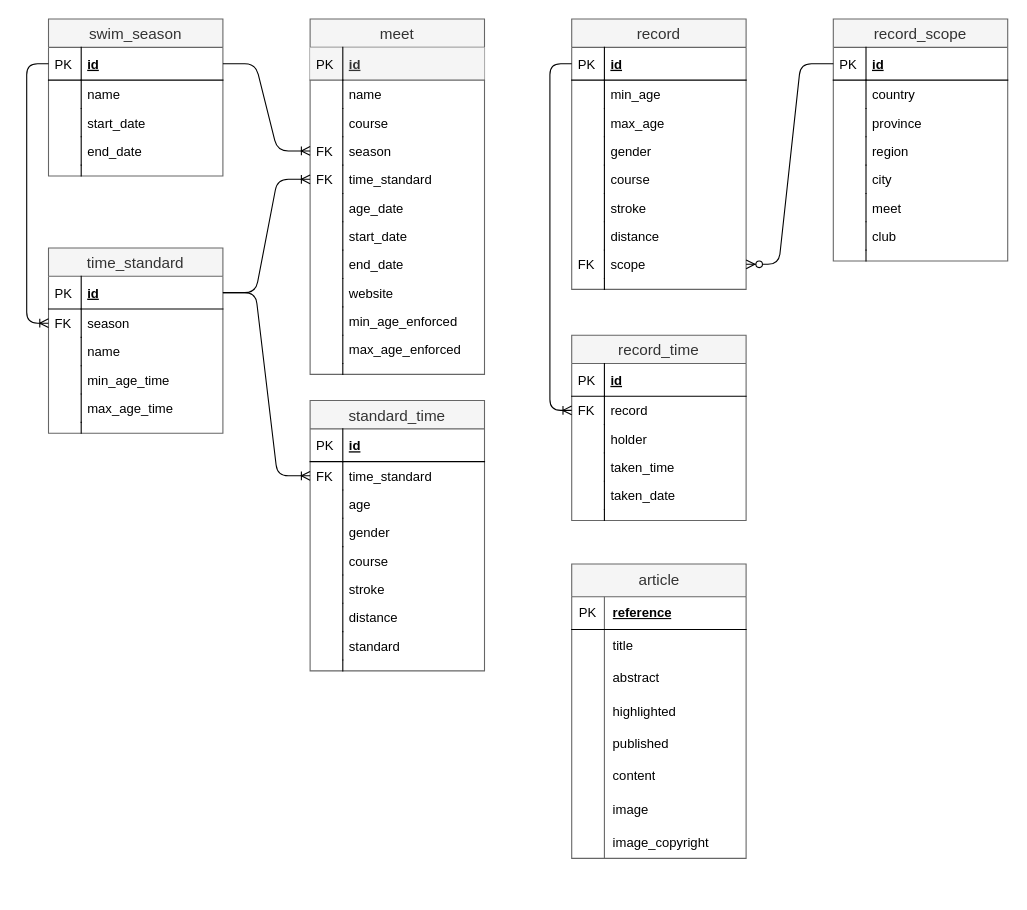
This is docs/models.drawio from geekswimmers/geekswimmers, a draw.io file, before an edit. Source tidied: cells renumbered, new cells numbered last; positions are measured from the earlier drawing's top-left corner, leaving out a move shared by most shapes. Both pictures are drawn from the tidied source at 109%, with x=0, y=0 at pixel (26, 19).
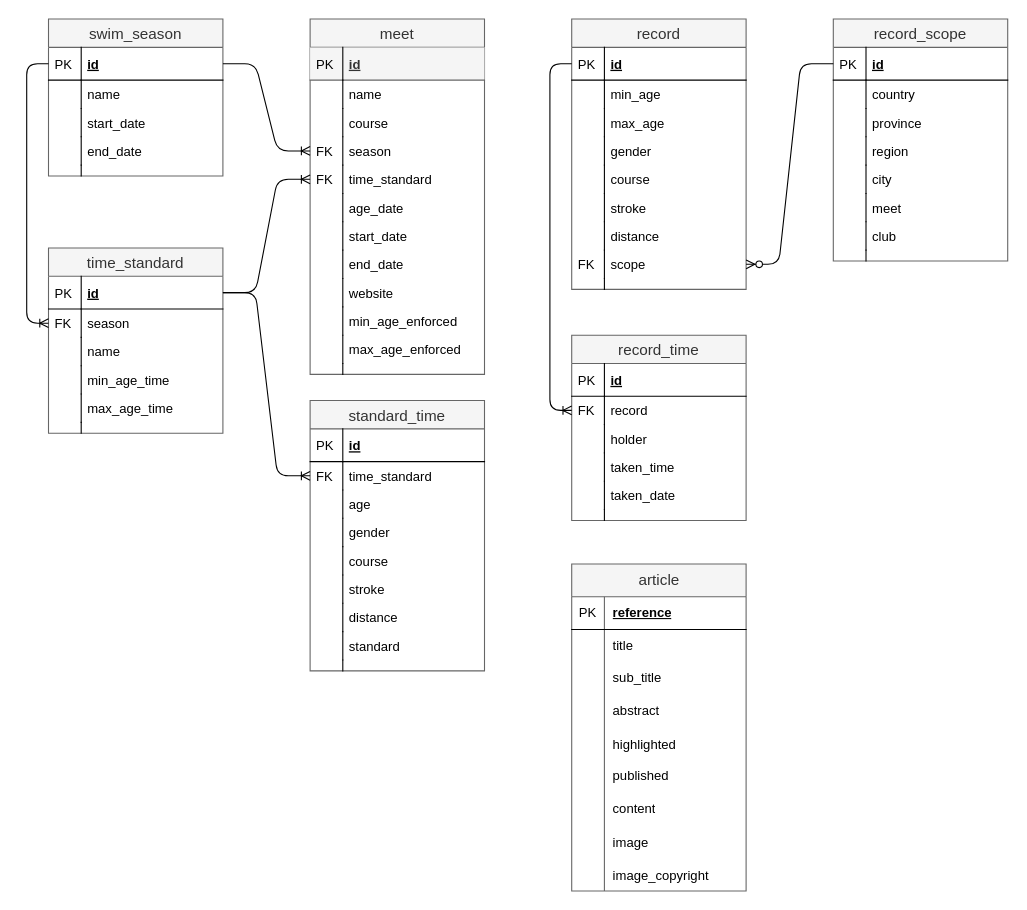
Above is the later version.

Commit message (it also covers changes not shown here):
Updated db model to add new field to article

What changed in the source:
```diff
@@
     <mxCell id="125" value="article" style="shape=table;startSize=30;childLayout=tableLayout;rowLines=0;fontStyle=0;align=center;html=1;fillColor=#f5f5f5;fontColor=#333333;strokeColor=#666666;fontSize=14;" parent="1" vertex="1">
-      <mxGeometry x="500" y="500" width="160" height="270" as="geometry" />
+      <mxGeometry x="500" y="500" width="160" height="300" as="geometry" />
     </mxCell>
@@
+    <mxCell id="150" style="shape=tableRow;horizontal=0;startSize=0;swimlaneHead=0;swimlaneBody=0;fillColor=none;top=0;left=0;right=0;bottom=0;" parent="125" vertex="1">
+      <mxGeometry y="90" width="160" height="30" as="geometry" />
+    </mxCell>
+    <mxCell id="151" style="shape=partialRectangle;fillColor=none;top=0;left=0;bottom=0;right=0;fontStyle=0;overflow=hidden;whiteSpace=wrap;html=1;" parent="150" vertex="1">
+      <mxGeometry width="30" height="30" as="geometry" />
+    </mxCell>
+    <mxCell id="152" value="sub_title" style="shape=partialRectangle;fillColor=none;top=0;left=0;bottom=0;right=0;align=left;spacingLeft=6;fontStyle=0;overflow=hidden;whiteSpace=wrap;html=1;" parent="150" vertex="1">
+      <mxGeometry x="30" width="130" height="30" as="geometry" />
+    </mxCell>
     <mxCell id="132" style="shape=tableRow;horizontal=0;startSize=0;swimlaneHead=0;swimlaneBody=0;fillColor=none;top=0;left=0;right=0;bottom=0;" parent="125" vertex="1">
-      <mxGeometry y="90" width="160" height="30" as="geometry" />
+      <mxGeometry y="120" width="160" height="30" as="geometry" />
     </mxCell>
@@
     <mxCell id="135" style="shape=tableRow;horizontal=0;startSize=0;swimlaneHead=0;swimlaneBody=0;fillColor=none;top=0;left=0;right=0;bottom=0;" parent="125" vertex="1">
-      <mxGeometry y="120" width="160" height="30" as="geometry" />
+      <mxGeometry y="150" width="160" height="30" as="geometry" />
     </mxCell>
@@
     <mxCell id="138" style="shape=tableRow;horizontal=0;startSize=0;swimlaneHead=0;swimlaneBody=0;fillColor=none;top=0;left=0;right=0;bottom=0;" parent="125" vertex="1">
-      <mxGeometry y="150" width="160" height="30" as="geometry" />
+      <mxGeometry y="180" width="160" height="30" as="geometry" />
     </mxCell>
@@
     <mxCell id="141" style="shape=tableRow;horizontal=0;startSize=0;swimlaneHead=0;swimlaneBody=0;fillColor=none;top=0;left=0;right=0;bottom=0;" parent="125" vertex="1">
-      <mxGeometry y="180" width="160" height="30" as="geometry" />
+      <mxGeometry y="210" width="160" height="30" as="geometry" />
     </mxCell>
@@
     <mxCell id="144" style="shape=tableRow;horizontal=0;startSize=0;swimlaneHead=0;swimlaneBody=0;fillColor=none;top=0;left=0;right=0;bottom=0;" parent="125" vertex="1">
-      <mxGeometry y="210" width="160" height="30" as="geometry" />
+      <mxGeometry y="240" width="160" height="30" as="geometry" />
     </mxCell>
@@
     <mxCell id="147" style="shape=tableRow;horizontal=0;startSize=0;swimlaneHead=0;swimlaneBody=0;fillColor=none;top=0;left=0;right=0;bottom=0;" parent="125" vertex="1">
-      <mxGeometry y="240" width="160" height="30" as="geometry" />
+      <mxGeometry y="270" width="160" height="30" as="geometry" />
     </mxCell>
```
